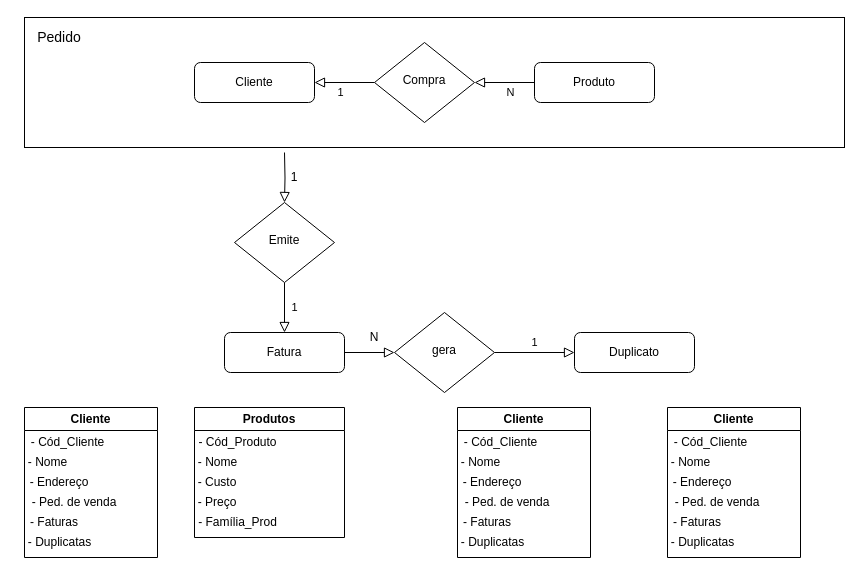
Above: Diagrama sem nome.drawio in YohanSnt/PrimeiroProjeto (draw.io), before the change. Source tidied: cells renumbered, new cells numbered last; positions are measured from the earlier drawing's top-left corner, leaving out a move shared by most shapes. Both pictures are drawn from the tidied source at 100%, with x=0, y=0 at pixel (17, 17).
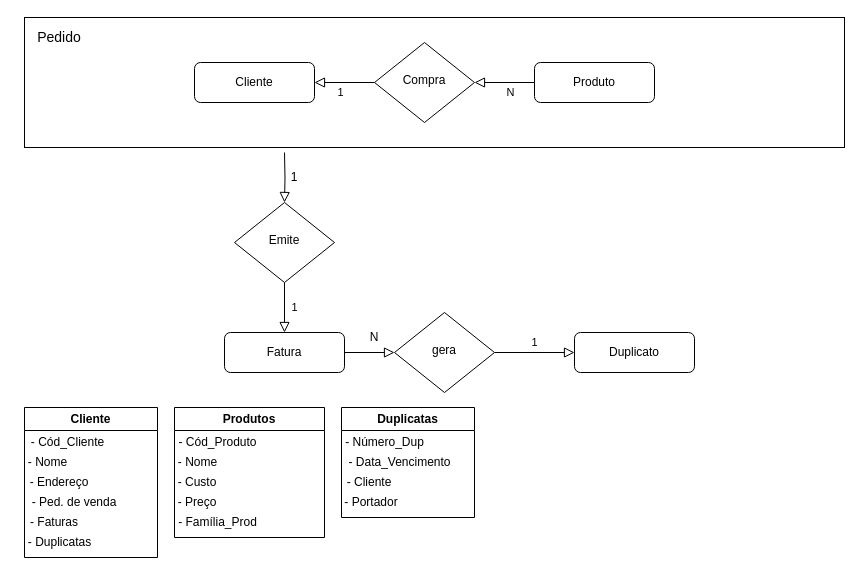
The same page after the edit.

Diff of the diagram source:
```diff
@@
     <mxCell id="27" value="Produtos" style="swimlane;whiteSpace=wrap;html=1;" parent="1" vertex="1">
-      <mxGeometry x="177" y="390" width="150" height="130" as="geometry" />
+      <mxGeometry x="157" y="390" width="150" height="130" as="geometry" />
     </mxCell>
@@
-    <mxCell id="33" value="Cliente" style="swimlane;whiteSpace=wrap;html=1;" parent="1" vertex="1">
-      <mxGeometry x="440" y="390" width="133" height="150" as="geometry" />
+    <mxCell id="33" value="Duplicatas" style="swimlane;whiteSpace=wrap;html=1;" parent="1" vertex="1">
+      <mxGeometry x="324" y="390" width="133" height="110" as="geometry" />
     </mxCell>
-    <mxCell id="34" value="- Cód_Cliente" style="text;html=1;align=center;verticalAlign=middle;strokeColor=none;fillColor=none;" parent="33" vertex="1">
+    <mxCell id="34" value="- Número_Dup" style="text;html=1;align=center;verticalAlign=middle;strokeColor=none;fillColor=none;" parent="33" vertex="1">
       <mxGeometry x="-7" y="20" width="100" height="30" as="geometry" />
     </mxCell>
-    <mxCell id="35" value="- Nome" style="text;html=1;align=center;verticalAlign=middle;strokeColor=none;fillColor=none;" parent="33" vertex="1">
-      <mxGeometry x="-7" y="40" width="60" height="30" as="geometry" />
+    <mxCell id="35" value="- Data_Vencimento" style="text;html=1;align=center;verticalAlign=middle;strokeColor=none;fillColor=none;" parent="33" vertex="1">
+      <mxGeometry x="-7" y="40" width="130" height="30" as="geometry" />
     </mxCell>
-    <mxCell id="36" value="- Endereço" style="text;strokeColor=none;align=center;fillColor=none;html=1;verticalAlign=middle;whiteSpace=wrap;rounded=0;" parent="33" vertex="1">
-      <mxGeometry y="60" width="70" height="30" as="geometry" />
+    <mxCell id="36" value="- Cliente" style="text;strokeColor=none;align=center;fillColor=none;html=1;verticalAlign=middle;whiteSpace=wrap;rounded=0;" parent="33" vertex="1">
+      <mxGeometry x="-7" y="60" width="70" height="30" as="geometry" />
     </mxCell>
-    <mxCell id="37" value="- Ped. de venda" style="text;strokeColor=none;align=center;fillColor=none;html=1;verticalAlign=middle;whiteSpace=wrap;rounded=0;" parent="33" vertex="1">
-      <mxGeometry y="80" width="100" height="30" as="geometry" />
+    <mxCell id="37" value="- Portador" style="text;strokeColor=none;align=center;fillColor=none;html=1;verticalAlign=middle;whiteSpace=wrap;rounded=0;" parent="33" vertex="1">
+      <mxGeometry x="-20" y="80" width="100" height="30" as="geometry" />
     </mxCell>
-    <mxCell id="38" value="- Faturas" style="text;strokeColor=none;align=center;fillColor=none;html=1;verticalAlign=middle;whiteSpace=wrap;rounded=0;" parent="33" vertex="1">
-      <mxGeometry y="100" width="60" height="30" as="geometry" />
-    </mxCell>
-    <mxCell id="39" value="- Duplicatas" style="text;strokeColor=none;align=center;fillColor=none;html=1;verticalAlign=middle;whiteSpace=wrap;rounded=0;" parent="33" vertex="1">
-      <mxGeometry x="-7" y="120" width="85" height="30" as="geometry" />
-    </mxCell>
-    <mxCell id="40" value="Cliente" style="swimlane;whiteSpace=wrap;html=1;" parent="1" vertex="1">
-      <mxGeometry x="650" y="390" width="133" height="150" as="geometry" />
-    </mxCell>
-    <mxCell id="41" value="- Cód_Cliente" style="text;html=1;align=center;verticalAlign=middle;strokeColor=none;fillColor=none;" parent="40" vertex="1">
-      <mxGeometry x="-7" y="20" width="100" height="30" as="geometry" />
-    </mxCell>
-    <mxCell id="42" value="- Nome" style="text;html=1;align=center;verticalAlign=middle;strokeColor=none;fillColor=none;" parent="40" vertex="1">
-      <mxGeometry x="-7" y="40" width="60" height="30" as="geometry" />
-    </mxCell>
-    <mxCell id="43" value="- Endereço" style="text;strokeColor=none;align=center;fillColor=none;html=1;verticalAlign=middle;whiteSpace=wrap;rounded=0;" parent="40" vertex="1">
-      <mxGeometry y="60" width="70" height="30" as="geometry" />
-    </mxCell>
-    <mxCell id="44" value="- Ped. de venda" style="text;strokeColor=none;align=center;fillColor=none;html=1;verticalAlign=middle;whiteSpace=wrap;rounded=0;" parent="40" vertex="1">
-      <mxGeometry y="80" width="100" height="30" as="geometry" />
-    </mxCell>
-    <mxCell id="45" value="- Faturas" style="text;strokeColor=none;align=center;fillColor=none;html=1;verticalAlign=middle;whiteSpace=wrap;rounded=0;" parent="40" vertex="1">
-      <mxGeometry y="100" width="60" height="30" as="geometry" />
-    </mxCell>
-    <mxCell id="46" value="- Duplicatas" style="text;strokeColor=none;align=center;fillColor=none;html=1;verticalAlign=middle;whiteSpace=wrap;rounded=0;" parent="40" vertex="1">
-      <mxGeometry x="-7" y="120" width="85" height="30" as="geometry" />
-    </mxCell>
```
